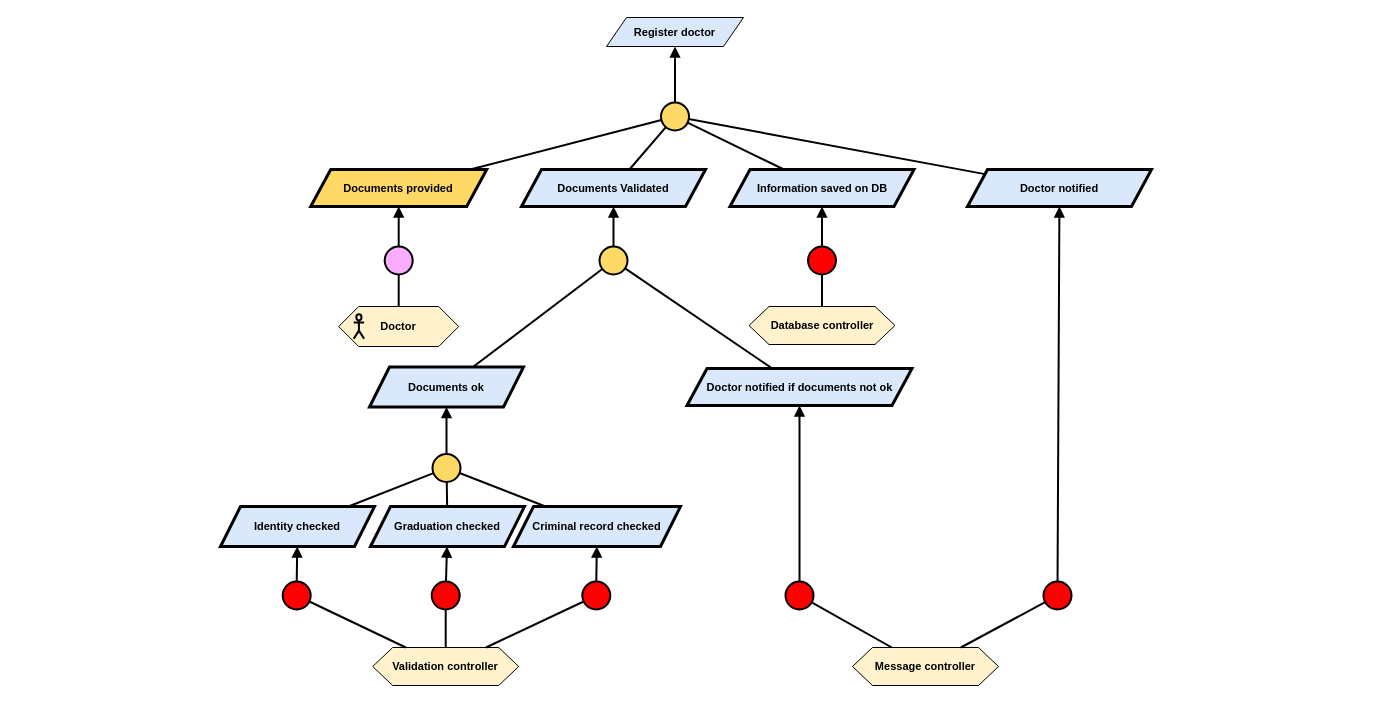
Earlier version of the draw.io diagram Kaos/KAOS 2.drawio (RafaelCMira/myclinic-msp-project). Source tidied: cells renumbered, new cells numbered last; positions are measured from the earlier drawing's top-left corner, leaving out a move shared by most shapes. Both pictures are drawn from the tidied source at 100%, with x=0, y=0 at pixel (220, 17).
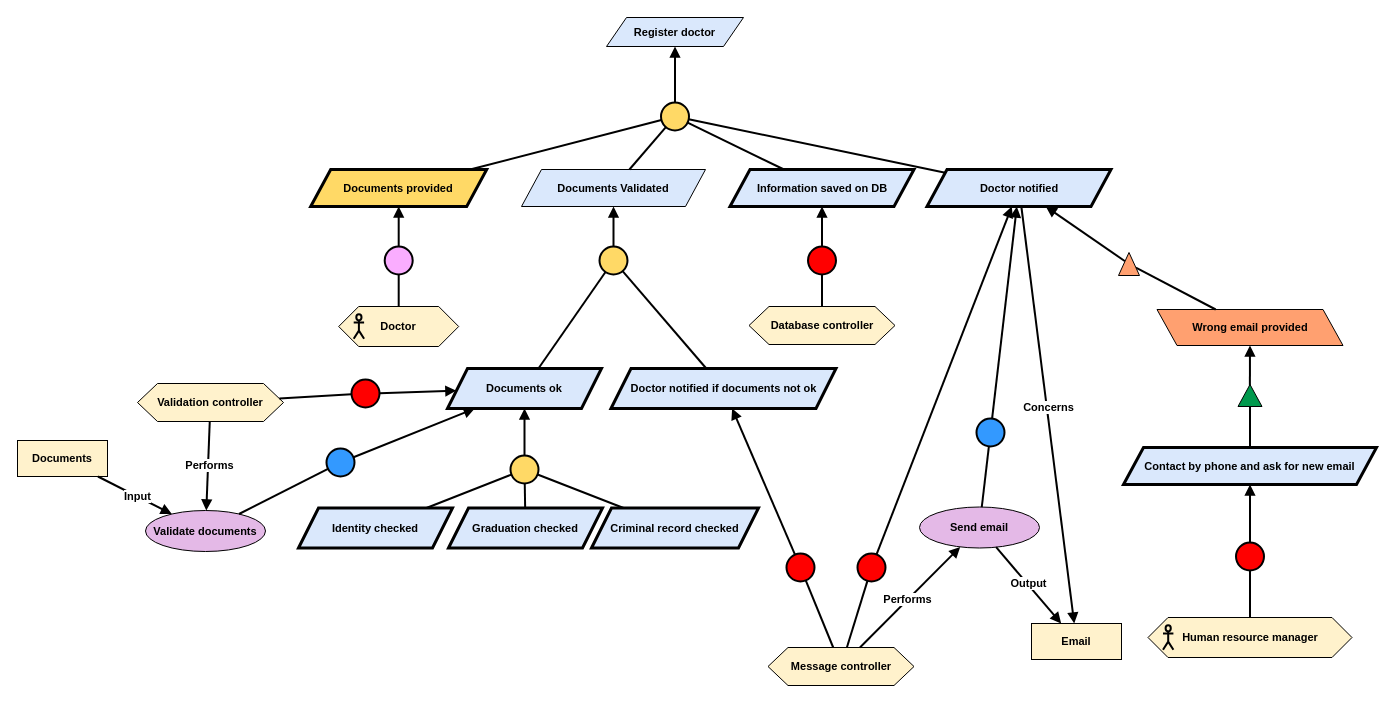
After the change.

Change to the diagram source:
```diff
@@
-    <mxCell id="6" value="&lt;b&gt;Documents Validated&lt;/b&gt;" style="shape=parallelogram;perimeter=parallelogramPerimeter;whiteSpace=wrap;html=1;fixedSize=1;fillColor=#dae8fc;strokeColor=#000000;strokeWidth=3;fontFamily=Helvetica;fontSize=11;fontColor=default;labelBackgroundColor=none;" parent="1" vertex="1">
+    <mxCell id="6" value="&lt;b&gt;Documents Validated&lt;/b&gt;" style="shape=parallelogram;perimeter=parallelogramPerimeter;whiteSpace=wrap;html=1;fixedSize=1;fillColor=#dae8fc;strokeColor=#000000;strokeWidth=1;fontFamily=Helvetica;fontSize=11;fontColor=default;labelBackgroundColor=none;" parent="1" vertex="1">
       <mxGeometry x="301" y="152" width="184" height="37" as="geometry" />
     </mxCell>
@@
     <mxCell id="15" value="&lt;div&gt;&lt;b&gt;Validation controller&lt;/b&gt;&lt;/div&gt;" style="shape=hexagon;perimeter=hexagonPerimeter2;whiteSpace=wrap;html=1;fixedSize=1;fillColor=#FFF2CC;fontFamily=Helvetica;fontSize=11;fontColor=default;labelBackgroundColor=none;" parent="1" vertex="1">
-      <mxGeometry x="152.2" y="630" width="146" height="38" as="geometry" />
+      <mxGeometry x="-83" y="366" width="146" height="38" as="geometry" />
     </mxCell>
     <mxCell id="16" value="&lt;div&gt;&lt;b&gt;Message controller&lt;/b&gt;&lt;/div&gt;" style="shape=hexagon;perimeter=hexagonPerimeter2;whiteSpace=wrap;html=1;fixedSize=1;fillColor=#FFF2CC;fontFamily=Helvetica;fontSize=11;fontColor=default;labelBackgroundColor=none;" parent="1" vertex="1">
-      <mxGeometry x="632" y="630" width="146" height="38" as="geometry" />
+      <mxGeometry x="547.5" y="630" width="146" height="38" as="geometry" />
     </mxCell>
-    <mxCell id="17" style="ellipse;whiteSpace=wrap;html=1;fillColor=#FF0000;strokeWidth=2;" parent="1" vertex="1">
-      <mxGeometry x="62.2" y="564" width="28" height="28" as="geometry" />
-    </mxCell>
-    <mxCell id="18" style="endArrow=none;html=1;rounded=0;strokeWidth=2;" parent="1" edge="1" source="15" target="17">
-      <mxGeometry relative="1" as="geometry" />
-    </mxCell>
-    <mxCell id="19" style="endArrow=block;html=1;rounded=0;endFill=1;strokeWidth=2;" parent="1" edge="1" source="17" target="29">
-      <mxGeometry relative="1" as="geometry" />
-    </mxCell>
     <mxCell id="20" style="ellipse;whiteSpace=wrap;html=1;fillColor=#FF0000;strokeWidth=2;" parent="1" vertex="1">
-      <mxGeometry x="565" y="564" width="28" height="28" as="geometry" />
+      <mxGeometry x="566" y="536" width="28" height="28" as="geometry" />
     </mxCell>
@@
     <mxCell id="22" value="&lt;b&gt;Documents ok&lt;/b&gt;" style="shape=parallelogram;perimeter=parallelogramPerimeter;whiteSpace=wrap;html=1;fixedSize=1;fillColor=#dae8fc;strokeColor=#000000;fontFamily=Helvetica;fontSize=11;fontColor=default;labelBackgroundColor=none;strokeWidth=3;" parent="1" vertex="1">
-      <mxGeometry x="149" y="349.5" width="154" height="40" as="geometry" />
+      <mxGeometry x="227" y="351" width="154" height="40" as="geometry" />
     </mxCell>
@@
     <mxCell id="25" value="&lt;b&gt;Doctor notified if documents not ok&lt;/b&gt;" style="shape=parallelogram;perimeter=parallelogramPerimeter;whiteSpace=wrap;html=1;fixedSize=1;fillColor=#dae8fc;strokeColor=#000000;strokeWidth=3;fontFamily=Helvetica;fontSize=11;fontColor=default;labelBackgroundColor=none;" parent="1" vertex="1">
-      <mxGeometry x="466.5" y="351" width="225" height="37" as="geometry" />
+      <mxGeometry x="390.5" y="351" width="225" height="40" as="geometry" />
     </mxCell>
@@
     <mxCell id="29" value="&lt;b&gt;Identity checked&lt;/b&gt;" style="shape=parallelogram;perimeter=parallelogramPerimeter;whiteSpace=wrap;html=1;fixedSize=1;fillColor=#dae8fc;strokeColor=#000000;fontFamily=Helvetica;fontSize=11;fontColor=default;labelBackgroundColor=none;strokeWidth=3;" parent="1" vertex="1">
-      <mxGeometry y="489" width="154" height="40" as="geometry" />
+      <mxGeometry x="78" y="490.5" width="154" height="40" as="geometry" />
     </mxCell>
     <mxCell id="30" value="&lt;b&gt;Graduation checked&lt;/b&gt;" style="shape=parallelogram;perimeter=parallelogramPerimeter;whiteSpace=wrap;html=1;fixedSize=1;fillColor=#dae8fc;strokeColor=#000000;fontFamily=Helvetica;fontSize=11;fontColor=default;labelBackgroundColor=none;strokeWidth=3;" parent="1" vertex="1">
-      <mxGeometry x="150" y="489" width="154" height="40" as="geometry" />
+      <mxGeometry x="228" y="490.5" width="154" height="40" as="geometry" />
     </mxCell>
@@
     <mxCell id="32" style="ellipse;whiteSpace=wrap;html=1;fillColor=#FFD966;strokeWidth=2;" parent="1" vertex="1">
-      <mxGeometry x="212" y="436.5" width="28" height="28" as="geometry" />
+      <mxGeometry x="290" y="438" width="28" height="28" as="geometry" />
     </mxCell>
@@
     <mxCell id="34" value="&lt;b&gt;Criminal record checked&lt;/b&gt;" style="shape=parallelogram;perimeter=parallelogramPerimeter;whiteSpace=wrap;html=1;fixedSize=1;fillColor=#dae8fc;strokeColor=#000000;fontFamily=Helvetica;fontSize=11;fontColor=default;labelBackgroundColor=none;strokeWidth=3;" parent="1" vertex="1">
-      <mxGeometry x="293" y="489" width="167" height="40" as="geometry" />
+      <mxGeometry x="371" y="490.5" width="167" height="40" as="geometry" />
     </mxCell>
@@
-    <mxCell id="37" style="ellipse;whiteSpace=wrap;html=1;fillColor=#FF0000;strokeWidth=2;" parent="1" vertex="1">
-      <mxGeometry x="211.2" y="564" width="28" height="28" as="geometry" />
-    </mxCell>
-    <mxCell id="38" style="endArrow=none;html=1;rounded=0;strokeWidth=2;" parent="1" edge="1" source="15" target="37">
-      <mxGeometry relative="1" as="geometry" />
-    </mxCell>
-    <mxCell id="39" style="endArrow=block;html=1;rounded=0;endFill=1;strokeWidth=2;" parent="1" edge="1" source="37" target="30">
-      <mxGeometry relative="1" as="geometry" />
-    </mxCell>
-    <mxCell id="40" style="ellipse;whiteSpace=wrap;html=1;fillColor=#FF0000;strokeWidth=2;" parent="1" vertex="1">
-      <mxGeometry x="361.8" y="564" width="28" height="28" as="geometry" />
-    </mxCell>
-    <mxCell id="41" style="endArrow=none;html=1;rounded=0;strokeWidth=2;" parent="1" edge="1" source="15" target="40">
-      <mxGeometry relative="1" as="geometry" />
-    </mxCell>
-    <mxCell id="42" style="endArrow=block;html=1;rounded=0;endFill=1;strokeWidth=2;" parent="1" edge="1" source="40" target="34">
-      <mxGeometry relative="1" as="geometry" />
-    </mxCell>
@@
     <mxCell id="45" value="&lt;b&gt;Doctor notified&lt;/b&gt;" style="shape=parallelogram;perimeter=parallelogramPerimeter;whiteSpace=wrap;html=1;fixedSize=1;fillColor=#dae8fc;strokeColor=#000000;strokeWidth=3;fontFamily=Helvetica;fontSize=11;fontColor=default;labelBackgroundColor=none;" parent="1" vertex="1">
-      <mxGeometry x="747" y="152" width="184" height="37" as="geometry" />
+      <mxGeometry x="706.5" y="152" width="184" height="37" as="geometry" />
     </mxCell>
@@
     <mxCell id="47" style="ellipse;whiteSpace=wrap;html=1;fillColor=#FF0000;strokeWidth=2;" parent="1" vertex="1">
-      <mxGeometry x="823" y="564" width="28" height="28" as="geometry" />
+      <mxGeometry x="637" y="536" width="28" height="28" as="geometry" />
     </mxCell>
@@
+    <mxCell id="54" value="Wrong email provided" style="shape=parallelogram;perimeter=parallelogramPerimeter;whiteSpace=wrap;html=1;fixedSize=1;fillColor=#FFA070;fontStyle=1;fontFamily=Helvetica;fontSize=11;fontColor=default;labelBackgroundColor=none;flipH=1;flipV=0;" parent="1" vertex="1">
+      <mxGeometry x="936.5" y="292" width="186" height="36" as="geometry" />
+    </mxCell>
+    <mxCell id="55" style="endArrow=block;html=1;rounded=0;endFill=1;strokeWidth=2;" parent="1" edge="1" source="57" target="45">
+      <mxGeometry relative="1" as="geometry" />
+    </mxCell>
+    <mxCell id="56" style="endArrow=none;html=1;rounded=0;strokeWidth=2;" parent="1" edge="1" source="54" target="57">
+      <mxGeometry relative="1" as="geometry" />
+    </mxCell>
+    <mxCell id="57" style="triangle;whiteSpace=wrap;html=1;rotation=-90;fillColor=#FFA070;strokeColor=default;" parent="1" vertex="1">
+      <mxGeometry x="897" y="236" width="23" height="21" as="geometry" />
+    </mxCell>
+    <mxCell id="58" value="&lt;b&gt;Contact by phone and ask for new email&lt;/b&gt;" style="shape=parallelogram;perimeter=parallelogramPerimeter;whiteSpace=wrap;html=1;fixedSize=1;fillColor=#dae8fc;strokeColor=#000000;strokeWidth=3;fontFamily=Helvetica;fontSize=11;fontColor=default;labelBackgroundColor=none;" parent="1" vertex="1">
+      <mxGeometry x="903" y="430" width="253" height="37" as="geometry" />
+    </mxCell>
+    <mxCell id="59" style="endArrow=block;html=1;rounded=0;endFill=1;strokeWidth=2;exitX=0.946;exitY=0.496;exitDx=0;exitDy=0;exitPerimeter=0;" parent="1" edge="1" source="61" target="54">
+      <mxGeometry relative="1" as="geometry" />
+    </mxCell>
+    <mxCell id="60" style="endArrow=none;html=1;rounded=0;strokeWidth=2;" parent="1" edge="1" source="58" target="61">
+      <mxGeometry relative="1" as="geometry" />
+    </mxCell>
+    <mxCell id="61" style="triangle;whiteSpace=wrap;html=1;rotation=-90;fillColor=#00994D;" parent="1" vertex="1">
+      <mxGeometry x="1018.5" y="366" width="22" height="24" as="geometry" />
+    </mxCell>
+    <mxCell id="62" style="ellipse;whiteSpace=wrap;html=1;fillColor=#FF0000;strokeWidth=2;" parent="1" vertex="1">
+      <mxGeometry x="1015.5" y="525" width="28" height="28" as="geometry" />
+    </mxCell>
+    <mxCell id="63" style="endArrow=block;html=1;rounded=0;endFill=1;strokeWidth=2;" parent="1" edge="1" source="62" target="58">
+      <mxGeometry relative="1" as="geometry" />
+    </mxCell>
+    <mxCell id="64" style="endArrow=none;html=1;rounded=0;strokeWidth=2;" parent="1" edge="1" source="82" target="62">
+      <mxGeometry relative="1" as="geometry" />
+    </mxCell>
+    <mxCell id="65" value="&lt;b&gt;Validate documents&lt;/b&gt;" style="ellipse;whiteSpace=wrap;html=1;fillColor=#E4B9E7;strokeColor=#000000;fontFamily=Helvetica;fontSize=11;fontColor=default;labelBackgroundColor=none;" parent="1" vertex="1">
+      <mxGeometry x="-75" y="493" width="120" height="41" as="geometry" />
+    </mxCell>
+    <mxCell id="66" style="ellipse;whiteSpace=wrap;html=1;fillColor=#3399FF;strokeWidth=2;" parent="1" vertex="1">
+      <mxGeometry x="106" y="431" width="28" height="28" as="geometry" />
+    </mxCell>
+    <mxCell id="67" style="endArrow=block;html=1;rounded=0;endFill=1;strokeWidth=2;" parent="1" edge="1" source="66" target="22">
+      <mxGeometry relative="1" as="geometry" />
+    </mxCell>
+    <mxCell id="68" style="endArrow=none;html=1;rounded=0;strokeWidth=2;" parent="1" edge="1" source="65" target="66">
+      <mxGeometry relative="1" as="geometry" />
+    </mxCell>
+    <mxCell id="69" value="&lt;b&gt;Documents&lt;/b&gt;" style="rounded=0;whiteSpace=wrap;html=1;fillColor=#FFF2CC;fontFamily=Helvetica;fontSize=11;fontColor=default;labelBackgroundColor=none;" parent="1" vertex="1">
+      <mxGeometry x="-203" y="423" width="90" height="36" as="geometry" />
+    </mxCell>
+    <mxCell id="70" style="endArrow=block;html=1;rounded=0;endFill=1;strokeWidth=2;" parent="1" edge="1" source="69" target="65">
+      <mxGeometry relative="1" as="geometry" />
+    </mxCell>
+    <mxCell id="71" value="&lt;b&gt;Input&lt;/b&gt;" style="edgeLabel;html=1;align=center;verticalAlign=middle;" parent="70" vertex="1">
+      <mxGeometry x="0.07" relative="1" as="geometry" />
+    </mxCell>
+    <mxCell id="72" value="&lt;b&gt;Email&lt;/b&gt;" style="rounded=0;whiteSpace=wrap;html=1;fillColor=#FFF2CC;fontFamily=Helvetica;fontSize=11;fontColor=default;labelBackgroundColor=none;" parent="1" vertex="1">
+      <mxGeometry x="811" y="606" width="90" height="36" as="geometry" />
+    </mxCell>
+    <mxCell id="73" style="endArrow=block;html=1;rounded=0;endFill=1;strokeWidth=2;" parent="1" edge="1" source="45" target="72">
+      <mxGeometry relative="1" as="geometry" />
+    </mxCell>
+    <mxCell id="74" value="&lt;b&gt;Concerns&lt;/b&gt;" style="edgeLabel;html=1;align=center;verticalAlign=middle;" parent="73" vertex="1">
+      <mxGeometry x="-0.04" y="1" relative="1" as="geometry" />
+    </mxCell>
+    <mxCell id="75" value="&lt;b&gt;Send email&lt;/b&gt;" style="ellipse;whiteSpace=wrap;html=1;fillColor=#E4B9E7;strokeColor=#000000;fontFamily=Helvetica;fontSize=11;fontColor=default;labelBackgroundColor=none;" parent="1" vertex="1">
+      <mxGeometry x="699" y="489.5" width="120" height="41" as="geometry" />
+    </mxCell>
+    <mxCell id="76" style="endArrow=block;html=1;rounded=0;endFill=1;strokeWidth=2;" parent="1" edge="1" source="75" target="72">
+      <mxGeometry relative="1" as="geometry" />
+    </mxCell>
+    <mxCell id="77" value="&lt;b&gt;Output&lt;/b&gt;" style="edgeLabel;html=1;align=center;verticalAlign=middle;" parent="76" vertex="1">
+      <mxGeometry x="-0.04" y="1" relative="1" as="geometry" />
+    </mxCell>
+    <mxCell id="78" style="ellipse;whiteSpace=wrap;html=1;fillColor=#3399FF;strokeWidth=2;" parent="1" vertex="1">
+      <mxGeometry x="756" y="401" width="28" height="28" as="geometry" />
+    </mxCell>
+    <mxCell id="79" style="endArrow=block;html=1;rounded=0;endFill=1;strokeWidth=2;" parent="1" edge="1" source="78" target="45">
+      <mxGeometry relative="1" as="geometry" />
+    </mxCell>
+    <mxCell id="80" style="endArrow=none;html=1;rounded=0;strokeWidth=2;" parent="1" edge="1" source="75" target="78">
+      <mxGeometry relative="1" as="geometry" />
+    </mxCell>
+    <mxCell id="81" style="group;fontFamily=Helvetica;fontSize=11;fontColor=default;labelBackgroundColor=default;" parent="1" vertex="1">
+      <mxGeometry x="927.5" y="600" width="204" height="40" as="geometry" />
+    </mxCell>
+    <mxCell id="82" value="&lt;b&gt;Human resource manager&lt;/b&gt;" style="shape=hexagon;perimeter=hexagonPerimeter2;whiteSpace=wrap;html=1;fixedSize=1;fillColor=#FFF2CC;fontFamily=Helvetica;fontSize=11;fontColor=default;labelBackgroundColor=none;" parent="81" vertex="1">
+      <mxGeometry width="204" height="40" as="geometry" />
+    </mxCell>
+    <mxCell id="83" style="shape=umlActor;verticalLabelPosition=bottom;verticalAlign=top;html=1;fillColor=none;strokeWidth=2;fontFamily=Helvetica;fontSize=11;fontColor=default;labelBackgroundColor=default;" parent="81" vertex="1">
+      <mxGeometry x="15" y="7.8" width="10.4" height="24.5" as="geometry" />
+    </mxCell>
+    <mxCell id="84" style="endArrow=block;html=1;rounded=0;endFill=1;strokeWidth=2;" parent="1" edge="1" source="16" target="75">
+      <mxGeometry relative="1" as="geometry" />
+    </mxCell>
+    <mxCell id="85" value="&lt;b&gt;Performs&lt;/b&gt;" style="edgeLabel;html=1;align=center;verticalAlign=middle;" parent="84" vertex="1">
+      <mxGeometry x="-0.04" y="1" relative="1" as="geometry" />
+    </mxCell>
+    <mxCell id="86" style="ellipse;whiteSpace=wrap;html=1;fillColor=#FF0000;strokeWidth=2;" parent="1" vertex="1">
+      <mxGeometry x="131" y="362" width="28" height="28" as="geometry" />
+    </mxCell>
+    <mxCell id="87" style="endArrow=block;html=1;rounded=0;endFill=1;strokeWidth=2;" parent="1" edge="1" source="86" target="22">
+      <mxGeometry relative="1" as="geometry" />
+    </mxCell>
+    <mxCell id="88" style="endArrow=none;html=1;rounded=0;strokeWidth=2;" parent="1" edge="1" source="15" target="86">
+      <mxGeometry relative="1" as="geometry" />
+    </mxCell>
+    <mxCell id="89" style="endArrow=block;html=1;rounded=0;endFill=1;strokeWidth=2;" parent="1" edge="1" source="15" target="65">
+      <mxGeometry relative="1" as="geometry" />
+    </mxCell>
+    <mxCell id="90" value="&lt;b&gt;Performs&lt;/b&gt;" style="edgeLabel;html=1;align=center;verticalAlign=middle;" parent="89" vertex="1">
+      <mxGeometry x="-0.04" y="1" relative="1" as="geometry" />
+    </mxCell>
```
